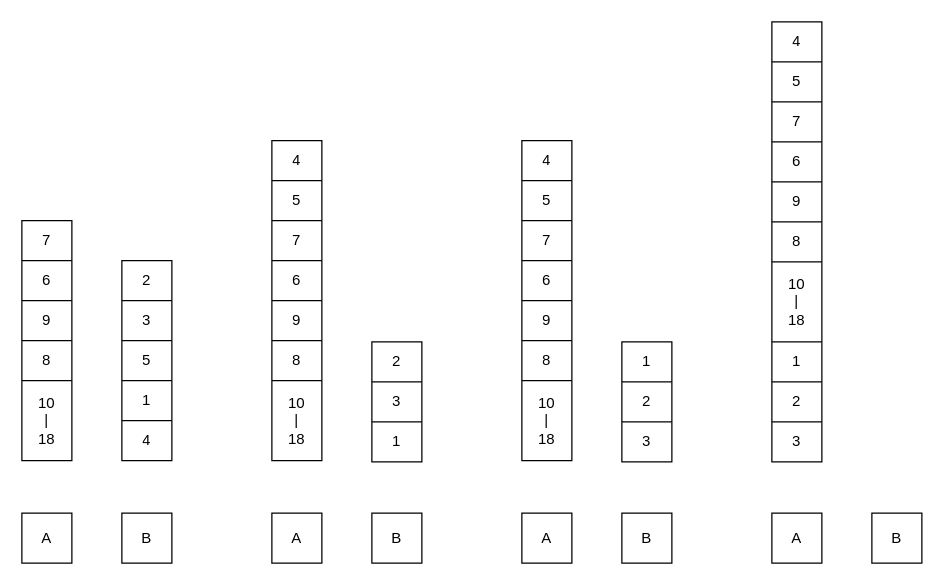
The draw.io diagram page "123確定" (3 of 10) of images/qsort/qsort.dio in welove-t/42Tokyo-push_swap, before the edit. Source tidied: cells renumbered, new cells numbered last; positions are measured from the earlier drawing's top-left corner, leaving out a move shared by most shapes. Both pictures are drawn from the tidied source at 125%, with x=0, y=0 at pixel (21, 21).
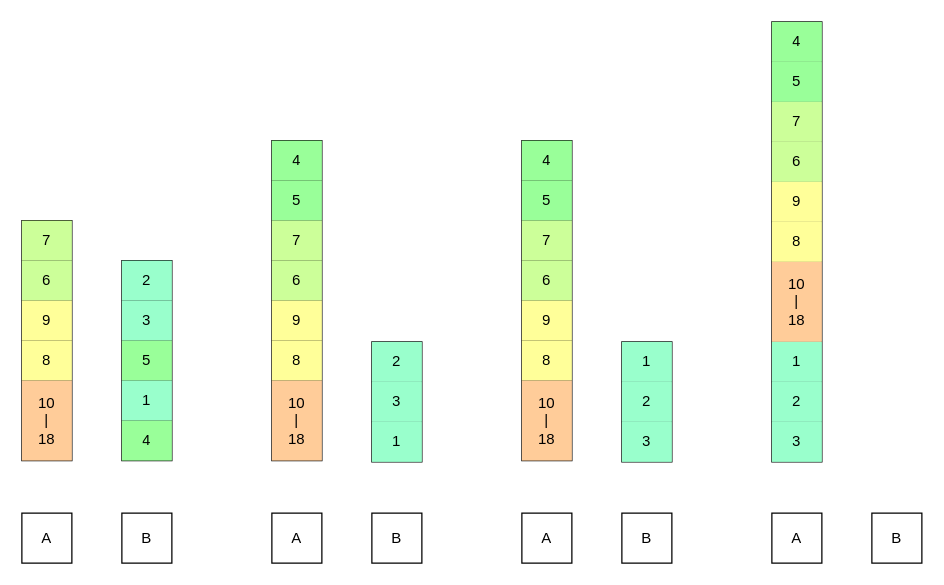
After the change.

Unchanged cells that the change refers to:
```xml
<mxCell id="15" style="shape=tableRow;horizontal=0;startSize=0;swimlaneHead=0;swimlaneBody=0;top=0;left=0;bottom=0;right=0;fillColor=none;" parent="14" vertex="1">
<mxCell id="17" style="shape=tableRow;horizontal=0;startSize=0;swimlaneHead=0;swimlaneBody=0;top=0;left=0;bottom=0;right=0;fillColor=none;" parent="14" vertex="1">
<mxCell id="19" style="shape=tableRow;horizontal=0;startSize=0;swimlaneHead=0;swimlaneBody=0;top=0;left=0;bottom=0;right=0;fillColor=none;" parent="14" vertex="1">
<mxCell id="21" style="shape=tableRow;horizontal=0;startSize=0;swimlaneHead=0;swimlaneBody=0;top=0;left=0;bottom=0;right=0;fillColor=none;" parent="14" vertex="1">
<mxCell id="23" style="shape=tableRow;horizontal=0;startSize=0;swimlaneHead=0;swimlaneBody=0;top=0;left=0;bottom=0;right=0;fillColor=none;" parent="14" vertex="1">
<mxCell id="26" style="shape=tableRow;horizontal=0;startSize=0;swimlaneHead=0;swimlaneBody=0;top=0;left=0;bottom=0;right=0;fillColor=none;" parent="25" vertex="1">
<mxCell id="28" style="shape=tableRow;horizontal=0;startSize=0;swimlaneHead=0;swimlaneBody=0;top=0;left=0;bottom=0;right=0;fillColor=none;" parent="25" vertex="1">
<mxCell id="30" style="shape=tableRow;horizontal=0;startSize=0;swimlaneHead=0;swimlaneBody=0;top=0;left=0;bottom=0;right=0;fillColor=none;" parent="25" vertex="1">
<mxCell id="32" style="shape=tableRow;horizontal=0;startSize=0;swimlaneHead=0;swimlaneBody=0;top=0;left=0;bottom=0;right=0;fillColor=none;" parent="25" vertex="1">
<mxCell id="34" style="shape=tableRow;horizontal=0;startSize=0;swimlaneHead=0;swimlaneBody=0;top=0;left=0;bottom=0;right=0;fillColor=none;" parent="25" vertex="1">
<mxCell id="37" style="shape=tableRow;horizontal=0;startSize=0;swimlaneHead=0;swimlaneBody=0;top=0;left=0;bottom=0;right=0;fillColor=none;" parent="36" vertex="1">
<mxCell id="39" style="shape=tableRow;horizontal=0;startSize=0;swimlaneHead=0;swimlaneBody=0;top=0;left=0;bottom=0;right=0;fillColor=none;" parent="36" vertex="1">
<mxCell id="41" style="shape=tableRow;horizontal=0;startSize=0;swimlaneHead=0;swimlaneBody=0;top=0;left=0;bottom=0;right=0;fillColor=none;" parent="36" vertex="1">
<mxCell id="43" style="shape=tableRow;horizontal=0;startSize=0;swimlaneHead=0;swimlaneBody=0;top=0;left=0;bottom=0;right=0;fillColor=none;" parent="36" vertex="1">
<mxCell id="45" style="shape=tableRow;horizontal=0;startSize=0;swimlaneHead=0;swimlaneBody=0;top=0;left=0;bottom=0;right=0;fillColor=none;" parent="36" vertex="1">
<mxCell id="47" style="shape=tableRow;horizontal=0;startSize=0;swimlaneHead=0;swimlaneBody=0;top=0;left=0;bottom=0;right=0;fillColor=none;" parent="36" vertex="1">
<mxCell id="49" style="shape=tableRow;horizontal=0;startSize=0;swimlaneHead=0;swimlaneBody=0;top=0;left=0;bottom=0;right=0;fillColor=none;" parent="36" vertex="1">
<mxCell id="52" style="shape=tableRow;horizontal=0;startSize=0;swimlaneHead=0;swimlaneBody=0;top=0;left=0;bottom=0;right=0;fillColor=none;" parent="51" vertex="1">
<mxCell id="54" style="shape=tableRow;horizontal=0;startSize=0;swimlaneHead=0;swimlaneBody=0;top=0;left=0;bottom=0;right=0;fillColor=none;" parent="51" vertex="1">
<mxCell id="56" style="shape=tableRow;horizontal=0;startSize=0;swimlaneHead=0;swimlaneBody=0;top=0;left=0;bottom=0;right=0;fillColor=none;" parent="51" vertex="1">
<mxCell id="65" style="shape=tableRow;horizontal=0;startSize=0;swimlaneHead=0;swimlaneBody=0;top=0;left=0;bottom=0;right=0;fillColor=none;" parent="64" vertex="1">
<mxCell id="67" style="shape=tableRow;horizontal=0;startSize=0;swimlaneHead=0;swimlaneBody=0;top=0;left=0;bottom=0;right=0;fillColor=none;" parent="64" vertex="1">
<mxCell id="69" style="shape=tableRow;horizontal=0;startSize=0;swimlaneHead=0;swimlaneBody=0;top=0;left=0;bottom=0;right=0;fillColor=none;" parent="64" vertex="1">
<mxCell id="71" style="shape=tableRow;horizontal=0;startSize=0;swimlaneHead=0;swimlaneBody=0;top=0;left=0;bottom=0;right=0;fillColor=none;" parent="64" vertex="1">
<mxCell id="73" style="shape=tableRow;horizontal=0;startSize=0;swimlaneHead=0;swimlaneBody=0;top=0;left=0;bottom=0;right=0;fillColor=none;" parent="64" vertex="1">
<mxCell id="75" style="shape=tableRow;horizontal=0;startSize=0;swimlaneHead=0;swimlaneBody=0;top=0;left=0;bottom=0;right=0;fillColor=none;" parent="64" vertex="1">
<mxCell id="77" style="shape=tableRow;horizontal=0;startSize=0;swimlaneHead=0;swimlaneBody=0;top=0;left=0;bottom=0;right=0;fillColor=none;" parent="64" vertex="1">
<mxCell id="80" style="shape=tableRow;horizontal=0;startSize=0;swimlaneHead=0;swimlaneBody=0;top=0;left=0;bottom=0;right=0;fillColor=none;" parent="79" vertex="1">
<mxCell id="82" style="shape=tableRow;horizontal=0;startSize=0;swimlaneHead=0;swimlaneBody=0;top=0;left=0;bottom=0;right=0;fillColor=none;" parent="79" vertex="1">
<mxCell id="84" style="shape=tableRow;horizontal=0;startSize=0;swimlaneHead=0;swimlaneBody=0;top=0;left=0;bottom=0;right=0;fillColor=none;" parent="79" vertex="1">
<mxCell id="93" style="shape=tableRow;horizontal=0;startSize=0;swimlaneHead=0;swimlaneBody=0;top=0;left=0;bottom=0;right=0;fillColor=none;" parent="92" vertex="1">
<mxCell id="95" style="shape=tableRow;horizontal=0;startSize=0;swimlaneHead=0;swimlaneBody=0;top=0;left=0;bottom=0;right=0;fillColor=none;" parent="92" vertex="1">
<mxCell id="97" style="shape=tableRow;horizontal=0;startSize=0;swimlaneHead=0;swimlaneBody=0;top=0;left=0;bottom=0;right=0;fillColor=none;" parent="92" vertex="1">
<mxCell id="99" style="shape=tableRow;horizontal=0;startSize=0;swimlaneHead=0;swimlaneBody=0;top=0;left=0;bottom=0;right=0;fillColor=none;" parent="92" vertex="1">
<mxCell id="101" style="shape=tableRow;horizontal=0;startSize=0;swimlaneHead=0;swimlaneBody=0;top=0;left=0;bottom=0;right=0;fillColor=none;" parent="92" vertex="1">
<mxCell id="103" style="shape=tableRow;horizontal=0;startSize=0;swimlaneHead=0;swimlaneBody=0;top=0;left=0;bottom=0;right=0;fillColor=none;" parent="92" vertex="1">
<mxCell id="105" style="shape=tableRow;horizontal=0;startSize=0;swimlaneHead=0;swimlaneBody=0;top=0;left=0;bottom=0;right=0;fillColor=none;" parent="92" vertex="1">
<mxCell id="107" style="shape=tableRow;horizontal=0;startSize=0;swimlaneHead=0;swimlaneBody=0;top=0;left=0;bottom=0;right=0;fillColor=none;" parent="92" vertex="1">
<mxCell id="109" style="shape=tableRow;horizontal=0;startSize=0;swimlaneHead=0;swimlaneBody=0;top=0;left=0;bottom=0;right=0;fillColor=none;" parent="92" vertex="1">
<mxCell id="111" style="shape=tableRow;horizontal=0;startSize=0;swimlaneHead=0;swimlaneBody=0;top=0;left=0;bottom=0;right=0;fillColor=none;" parent="92" vertex="1">
```

What changed in the source:
```diff
@@
-    <mxCell id="16" value="7" style="shape=partialRectangle;html=1;whiteSpace=wrap;overflow=hidden;fillColor=none;top=0;left=0;bottom=0;right=0;" parent="15" vertex="1">
+    <mxCell id="16" value="7" style="shape=partialRectangle;html=1;whiteSpace=wrap;overflow=hidden;fillColor=#CCFF99;top=0;left=0;bottom=0;right=0;" parent="15" vertex="1">
       <mxGeometry width="40" height="32" as="geometry" />
     </mxCell>
@@
-    <mxCell id="18" value="6" style="shape=partialRectangle;html=1;whiteSpace=wrap;overflow=hidden;fillColor=none;top=0;left=0;bottom=0;right=0;" parent="17" vertex="1">
+    <mxCell id="18" value="6" style="shape=partialRectangle;html=1;whiteSpace=wrap;overflow=hidden;fillColor=#CCFF99;top=0;left=0;bottom=0;right=0;" parent="17" vertex="1">
       <mxGeometry width="40" height="32" as="geometry" />
     </mxCell>
@@
-    <mxCell id="20" value="9" style="shape=partialRectangle;html=1;whiteSpace=wrap;overflow=hidden;fillColor=none;top=0;left=0;bottom=0;right=0;" parent="19" vertex="1">
+    <mxCell id="20" value="9" style="shape=partialRectangle;html=1;whiteSpace=wrap;overflow=hidden;fillColor=#FFFF99;top=0;left=0;bottom=0;right=0;" parent="19" vertex="1">
       <mxGeometry width="40" height="32" as="geometry" />
     </mxCell>
@@
-    <mxCell id="22" value="8" style="shape=partialRectangle;html=1;whiteSpace=wrap;overflow=hidden;fillColor=none;top=0;left=0;bottom=0;right=0;" parent="21" vertex="1">
+    <mxCell id="22" value="8" style="shape=partialRectangle;html=1;whiteSpace=wrap;overflow=hidden;fillColor=#FFFF99;top=0;left=0;bottom=0;right=0;" parent="21" vertex="1">
       <mxGeometry width="40" height="32" as="geometry" />
     </mxCell>
@@
-    <mxCell id="24" value="10&lt;br&gt;|&lt;br&gt;18" style="shape=partialRectangle;html=1;whiteSpace=wrap;overflow=hidden;fillColor=none;top=0;left=0;bottom=0;right=0;" parent="23" vertex="1">
+    <mxCell id="24" value="10&lt;br&gt;|&lt;br&gt;18" style="shape=partialRectangle;html=1;whiteSpace=wrap;overflow=hidden;fillColor=#FFCC99;top=0;left=0;bottom=0;right=0;" parent="23" vertex="1">
       <mxGeometry width="40" height="64" as="geometry" />
     </mxCell>
@@
-    <mxCell id="27" value="2" style="shape=partialRectangle;html=1;whiteSpace=wrap;overflow=hidden;fillColor=none;top=0;left=0;bottom=0;right=0;" parent="26" vertex="1">
+    <mxCell id="27" value="2" style="shape=partialRectangle;html=1;whiteSpace=wrap;overflow=hidden;fillColor=#99FFCC;top=0;left=0;bottom=0;right=0;" parent="26" vertex="1">
       <mxGeometry width="40" height="32" as="geometry" />
     </mxCell>
@@
-    <mxCell id="29" value="3" style="shape=partialRectangle;html=1;whiteSpace=wrap;overflow=hidden;fillColor=none;top=0;left=0;bottom=0;right=0;" parent="28" vertex="1">
+    <mxCell id="29" value="3" style="shape=partialRectangle;html=1;whiteSpace=wrap;overflow=hidden;fillColor=#99FFCC;top=0;left=0;bottom=0;right=0;" parent="28" vertex="1">
       <mxGeometry width="40" height="32" as="geometry" />
     </mxCell>
@@
-    <mxCell id="31" value="5" style="shape=partialRectangle;html=1;whiteSpace=wrap;overflow=hidden;fillColor=none;top=0;left=0;bottom=0;right=0;" parent="30" vertex="1">
+    <mxCell id="31" value="5" style="shape=partialRectangle;html=1;whiteSpace=wrap;overflow=hidden;fillColor=#99FF99;top=0;left=0;bottom=0;right=0;" parent="30" vertex="1">
       <mxGeometry width="40" height="32" as="geometry" />
     </mxCell>
@@
-    <mxCell id="33" value="1" style="shape=partialRectangle;html=1;whiteSpace=wrap;overflow=hidden;fillColor=none;top=0;left=0;bottom=0;right=0;" parent="32" vertex="1">
+    <mxCell id="33" value="1" style="shape=partialRectangle;html=1;whiteSpace=wrap;overflow=hidden;fillColor=#99FFCC;top=0;left=0;bottom=0;right=0;" parent="32" vertex="1">
       <mxGeometry width="40" height="32" as="geometry" />
     </mxCell>
@@
-    <mxCell id="35" value="4" style="shape=partialRectangle;html=1;whiteSpace=wrap;overflow=hidden;fillColor=none;top=0;left=0;bottom=0;right=0;" parent="34" vertex="1">
+    <mxCell id="35" value="4" style="shape=partialRectangle;html=1;whiteSpace=wrap;overflow=hidden;fillColor=#99FF99;top=0;left=0;bottom=0;right=0;" parent="34" vertex="1">
       <mxGeometry width="40" height="32" as="geometry" />
     </mxCell>
@@
-    <mxCell id="38" value="4" style="shape=partialRectangle;html=1;whiteSpace=wrap;overflow=hidden;fillColor=none;top=0;left=0;bottom=0;right=0;" parent="37" vertex="1">
+    <mxCell id="38" value="4" style="shape=partialRectangle;html=1;whiteSpace=wrap;overflow=hidden;fillColor=#99FF99;top=0;left=0;bottom=0;right=0;" parent="37" vertex="1">
       <mxGeometry width="40" height="32" as="geometry" />
     </mxCell>
@@
-    <mxCell id="40" value="5" style="shape=partialRectangle;html=1;whiteSpace=wrap;overflow=hidden;fillColor=none;top=0;left=0;bottom=0;right=0;" parent="39" vertex="1">
+    <mxCell id="40" value="5" style="shape=partialRectangle;html=1;whiteSpace=wrap;overflow=hidden;fillColor=#99FF99;top=0;left=0;bottom=0;right=0;" parent="39" vertex="1">
       <mxGeometry width="40" height="32" as="geometry" />
     </mxCell>
@@
-    <mxCell id="42" value="7" style="shape=partialRectangle;html=1;whiteSpace=wrap;overflow=hidden;fillColor=none;top=0;left=0;bottom=0;right=0;" parent="41" vertex="1">
+    <mxCell id="42" value="7" style="shape=partialRectangle;html=1;whiteSpace=wrap;overflow=hidden;fillColor=#CCFF99;top=0;left=0;bottom=0;right=0;" parent="41" vertex="1">
       <mxGeometry width="40" height="32" as="geometry" />
     </mxCell>
@@
-    <mxCell id="44" value="6" style="shape=partialRectangle;html=1;whiteSpace=wrap;overflow=hidden;fillColor=none;top=0;left=0;bottom=0;right=0;" parent="43" vertex="1">
+    <mxCell id="44" value="6" style="shape=partialRectangle;html=1;whiteSpace=wrap;overflow=hidden;fillColor=#CCFF99;top=0;left=0;bottom=0;right=0;" parent="43" vertex="1">
       <mxGeometry width="40" height="32" as="geometry" />
     </mxCell>
@@
-    <mxCell id="46" value="9" style="shape=partialRectangle;html=1;whiteSpace=wrap;overflow=hidden;fillColor=none;top=0;left=0;bottom=0;right=0;" parent="45" vertex="1">
+    <mxCell id="46" value="9" style="shape=partialRectangle;html=1;whiteSpace=wrap;overflow=hidden;fillColor=#FFFF99;top=0;left=0;bottom=0;right=0;" parent="45" vertex="1">
       <mxGeometry width="40" height="32" as="geometry" />
     </mxCell>
@@
-    <mxCell id="48" value="8" style="shape=partialRectangle;html=1;whiteSpace=wrap;overflow=hidden;fillColor=none;top=0;left=0;bottom=0;right=0;" parent="47" vertex="1">
+    <mxCell id="48" value="8" style="shape=partialRectangle;html=1;whiteSpace=wrap;overflow=hidden;fillColor=#FFFF99;top=0;left=0;bottom=0;right=0;" parent="47" vertex="1">
       <mxGeometry width="40" height="32" as="geometry" />
     </mxCell>
@@
-    <mxCell id="50" value="10&lt;br&gt;|&lt;br&gt;18" style="shape=partialRectangle;html=1;whiteSpace=wrap;overflow=hidden;fillColor=none;top=0;left=0;bottom=0;right=0;" parent="49" vertex="1">
+    <mxCell id="50" value="10&lt;br&gt;|&lt;br&gt;18" style="shape=partialRectangle;html=1;whiteSpace=wrap;overflow=hidden;fillColor=#FFCC99;top=0;left=0;bottom=0;right=0;" parent="49" vertex="1">
       <mxGeometry width="40" height="64" as="geometry" />
     </mxCell>
@@
-    <mxCell id="53" value="2" style="shape=partialRectangle;html=1;whiteSpace=wrap;overflow=hidden;fillColor=none;top=0;left=0;bottom=0;right=0;" parent="52" vertex="1">
+    <mxCell id="53" value="2" style="shape=partialRectangle;html=1;whiteSpace=wrap;overflow=hidden;fillColor=#99FFCC;top=0;left=0;bottom=0;right=0;" parent="52" vertex="1">
       <mxGeometry width="40" height="32" as="geometry" />
     </mxCell>
@@
-    <mxCell id="55" value="3" style="shape=partialRectangle;html=1;whiteSpace=wrap;overflow=hidden;fillColor=none;top=0;left=0;bottom=0;right=0;" parent="54" vertex="1">
+    <mxCell id="55" value="3" style="shape=partialRectangle;html=1;whiteSpace=wrap;overflow=hidden;fillColor=#99FFCC;top=0;left=0;bottom=0;right=0;" parent="54" vertex="1">
       <mxGeometry width="40" height="32" as="geometry" />
     </mxCell>
@@
-    <mxCell id="57" value="1" style="shape=partialRectangle;html=1;whiteSpace=wrap;overflow=hidden;fillColor=none;top=0;left=0;bottom=0;right=0;" parent="56" vertex="1">
+    <mxCell id="57" value="1" style="shape=partialRectangle;html=1;whiteSpace=wrap;overflow=hidden;fillColor=#99FFCC;top=0;left=0;bottom=0;right=0;" parent="56" vertex="1">
       <mxGeometry width="40" height="32" as="geometry" />
     </mxCell>
@@
-    <mxCell id="66" value="4" style="shape=partialRectangle;html=1;whiteSpace=wrap;overflow=hidden;fillColor=none;top=0;left=0;bottom=0;right=0;" parent="65" vertex="1">
+    <mxCell id="66" value="4" style="shape=partialRectangle;html=1;whiteSpace=wrap;overflow=hidden;fillColor=#99FF99;top=0;left=0;bottom=0;right=0;" parent="65" vertex="1">
       <mxGeometry width="40" height="32" as="geometry" />
     </mxCell>
@@
-    <mxCell id="68" value="5" style="shape=partialRectangle;html=1;whiteSpace=wrap;overflow=hidden;fillColor=none;top=0;left=0;bottom=0;right=0;" parent="67" vertex="1">
+    <mxCell id="68" value="5" style="shape=partialRectangle;html=1;whiteSpace=wrap;overflow=hidden;fillColor=#99FF99;top=0;left=0;bottom=0;right=0;" parent="67" vertex="1">
       <mxGeometry width="40" height="32" as="geometry" />
     </mxCell>
@@
-    <mxCell id="70" value="7" style="shape=partialRectangle;html=1;whiteSpace=wrap;overflow=hidden;fillColor=none;top=0;left=0;bottom=0;right=0;" parent="69" vertex="1">
+    <mxCell id="70" value="7" style="shape=partialRectangle;html=1;whiteSpace=wrap;overflow=hidden;fillColor=#CCFF99;top=0;left=0;bottom=0;right=0;" parent="69" vertex="1">
       <mxGeometry width="40" height="32" as="geometry" />
     </mxCell>
@@
-    <mxCell id="72" value="6" style="shape=partialRectangle;html=1;whiteSpace=wrap;overflow=hidden;fillColor=none;top=0;left=0;bottom=0;right=0;" parent="71" vertex="1">
+    <mxCell id="72" value="6" style="shape=partialRectangle;html=1;whiteSpace=wrap;overflow=hidden;fillColor=#CCFF99;top=0;left=0;bottom=0;right=0;" parent="71" vertex="1">
       <mxGeometry width="40" height="32" as="geometry" />
     </mxCell>
@@
-    <mxCell id="74" value="9" style="shape=partialRectangle;html=1;whiteSpace=wrap;overflow=hidden;fillColor=none;top=0;left=0;bottom=0;right=0;" parent="73" vertex="1">
+    <mxCell id="74" value="9" style="shape=partialRectangle;html=1;whiteSpace=wrap;overflow=hidden;fillColor=#FFFF99;top=0;left=0;bottom=0;right=0;" parent="73" vertex="1">
       <mxGeometry width="40" height="32" as="geometry" />
     </mxCell>
@@
-    <mxCell id="76" value="8" style="shape=partialRectangle;html=1;whiteSpace=wrap;overflow=hidden;fillColor=none;top=0;left=0;bottom=0;right=0;" parent="75" vertex="1">
+    <mxCell id="76" value="8" style="shape=partialRectangle;html=1;whiteSpace=wrap;overflow=hidden;fillColor=#FFFF99;top=0;left=0;bottom=0;right=0;" parent="75" vertex="1">
       <mxGeometry width="40" height="32" as="geometry" />
     </mxCell>
@@
-    <mxCell id="78" value="10&lt;br&gt;|&lt;br&gt;18" style="shape=partialRectangle;html=1;whiteSpace=wrap;overflow=hidden;fillColor=none;top=0;left=0;bottom=0;right=0;" parent="77" vertex="1">
+    <mxCell id="78" value="10&lt;br&gt;|&lt;br&gt;18" style="shape=partialRectangle;html=1;whiteSpace=wrap;overflow=hidden;fillColor=#FFCC99;top=0;left=0;bottom=0;right=0;" parent="77" vertex="1">
       <mxGeometry width="40" height="64" as="geometry" />
     </mxCell>
@@
-    <mxCell id="81" value="1" style="shape=partialRectangle;html=1;whiteSpace=wrap;overflow=hidden;fillColor=none;top=0;left=0;bottom=0;right=0;" parent="80" vertex="1">
+    <mxCell id="81" value="1" style="shape=partialRectangle;html=1;whiteSpace=wrap;overflow=hidden;fillColor=#99FFCC;top=0;left=0;bottom=0;right=0;" parent="80" vertex="1">
       <mxGeometry width="40" height="32" as="geometry" />
     </mxCell>
@@
-    <mxCell id="83" value="2" style="shape=partialRectangle;html=1;whiteSpace=wrap;overflow=hidden;fillColor=none;top=0;left=0;bottom=0;right=0;" parent="82" vertex="1">
+    <mxCell id="83" value="2" style="shape=partialRectangle;html=1;whiteSpace=wrap;overflow=hidden;fillColor=#99FFCC;top=0;left=0;bottom=0;right=0;" parent="82" vertex="1">
       <mxGeometry width="40" height="32" as="geometry" />
     </mxCell>
@@
-    <mxCell id="85" value="3" style="shape=partialRectangle;html=1;whiteSpace=wrap;overflow=hidden;fillColor=none;top=0;left=0;bottom=0;right=0;" parent="84" vertex="1">
+    <mxCell id="85" value="3" style="shape=partialRectangle;html=1;whiteSpace=wrap;overflow=hidden;fillColor=#99FFCC;top=0;left=0;bottom=0;right=0;" parent="84" vertex="1">
       <mxGeometry width="40" height="32" as="geometry" />
     </mxCell>
@@
-    <mxCell id="94" value="4" style="shape=partialRectangle;html=1;whiteSpace=wrap;overflow=hidden;fillColor=none;top=0;left=0;bottom=0;right=0;" parent="93" vertex="1">
+    <mxCell id="94" value="4" style="shape=partialRectangle;html=1;whiteSpace=wrap;overflow=hidden;fillColor=#99FF99;top=0;left=0;bottom=0;right=0;" parent="93" vertex="1">
       <mxGeometry width="40" height="32" as="geometry" />
     </mxCell>
@@
-    <mxCell id="96" value="5" style="shape=partialRectangle;html=1;whiteSpace=wrap;overflow=hidden;fillColor=none;top=0;left=0;bottom=0;right=0;" parent="95" vertex="1">
+    <mxCell id="96" value="5" style="shape=partialRectangle;html=1;whiteSpace=wrap;overflow=hidden;fillColor=#99FF99;top=0;left=0;bottom=0;right=0;" parent="95" vertex="1">
       <mxGeometry width="40" height="32" as="geometry" />
     </mxCell>
@@
-    <mxCell id="98" value="7" style="shape=partialRectangle;html=1;whiteSpace=wrap;overflow=hidden;fillColor=none;top=0;left=0;bottom=0;right=0;" parent="97" vertex="1">
+    <mxCell id="98" value="7" style="shape=partialRectangle;html=1;whiteSpace=wrap;overflow=hidden;fillColor=#CCFF99;top=0;left=0;bottom=0;right=0;" parent="97" vertex="1">
       <mxGeometry width="40" height="32" as="geometry" />
     </mxCell>
@@
-    <mxCell id="100" value="6" style="shape=partialRectangle;html=1;whiteSpace=wrap;overflow=hidden;fillColor=none;top=0;left=0;bottom=0;right=0;" parent="99" vertex="1">
+    <mxCell id="100" value="6" style="shape=partialRectangle;html=1;whiteSpace=wrap;overflow=hidden;fillColor=#CCFF99;top=0;left=0;bottom=0;right=0;" parent="99" vertex="1">
       <mxGeometry width="40" height="32" as="geometry" />
     </mxCell>
@@
-    <mxCell id="102" value="9" style="shape=partialRectangle;html=1;whiteSpace=wrap;overflow=hidden;fillColor=none;top=0;left=0;bottom=0;right=0;" parent="101" vertex="1">
+    <mxCell id="102" value="9" style="shape=partialRectangle;html=1;whiteSpace=wrap;overflow=hidden;fillColor=#FFFF99;top=0;left=0;bottom=0;right=0;" parent="101" vertex="1">
       <mxGeometry width="40" height="32" as="geometry" />
     </mxCell>
@@
-    <mxCell id="104" value="8" style="shape=partialRectangle;html=1;whiteSpace=wrap;overflow=hidden;fillColor=none;top=0;left=0;bottom=0;right=0;" parent="103" vertex="1">
+    <mxCell id="104" value="8" style="shape=partialRectangle;html=1;whiteSpace=wrap;overflow=hidden;fillColor=#FFFF99;top=0;left=0;bottom=0;right=0;" parent="103" vertex="1">
       <mxGeometry width="40" height="32" as="geometry" />
     </mxCell>
@@
-    <mxCell id="106" value="10&lt;br&gt;|&lt;br&gt;18" style="shape=partialRectangle;html=1;whiteSpace=wrap;overflow=hidden;fillColor=none;top=0;left=0;bottom=0;right=0;" parent="105" vertex="1">
+    <mxCell id="106" value="10&lt;br&gt;|&lt;br&gt;18" style="shape=partialRectangle;html=1;whiteSpace=wrap;overflow=hidden;fillColor=#FFCC99;top=0;left=0;bottom=0;right=0;" parent="105" vertex="1">
       <mxGeometry width="40" height="64" as="geometry" />
     </mxCell>
@@
-    <mxCell id="108" value="1" style="shape=partialRectangle;html=1;whiteSpace=wrap;overflow=hidden;fillColor=none;top=0;left=0;bottom=0;right=0;" parent="107" vertex="1">
+    <mxCell id="108" value="1" style="shape=partialRectangle;html=1;whiteSpace=wrap;overflow=hidden;fillColor=#99FFCC;top=0;left=0;bottom=0;right=0;" parent="107" vertex="1">
       <mxGeometry width="40" height="32" as="geometry" />
     </mxCell>
@@
-    <mxCell id="110" value="2" style="shape=partialRectangle;html=1;whiteSpace=wrap;overflow=hidden;fillColor=none;top=0;left=0;bottom=0;right=0;" parent="109" vertex="1">
+    <mxCell id="110" value="2" style="shape=partialRectangle;html=1;whiteSpace=wrap;overflow=hidden;fillColor=#99FFCC;top=0;left=0;bottom=0;right=0;" parent="109" vertex="1">
       <mxGeometry width="40" height="32" as="geometry" />
     </mxCell>
@@
-    <mxCell id="112" value="3" style="shape=partialRectangle;html=1;whiteSpace=wrap;overflow=hidden;fillColor=none;top=0;left=0;bottom=0;right=0;" parent="111" vertex="1">
+    <mxCell id="112" value="3" style="shape=partialRectangle;html=1;whiteSpace=wrap;overflow=hidden;fillColor=#99FFCC;top=0;left=0;bottom=0;right=0;" parent="111" vertex="1">
       <mxGeometry width="40" height="32" as="geometry" />
     </mxCell>
```
